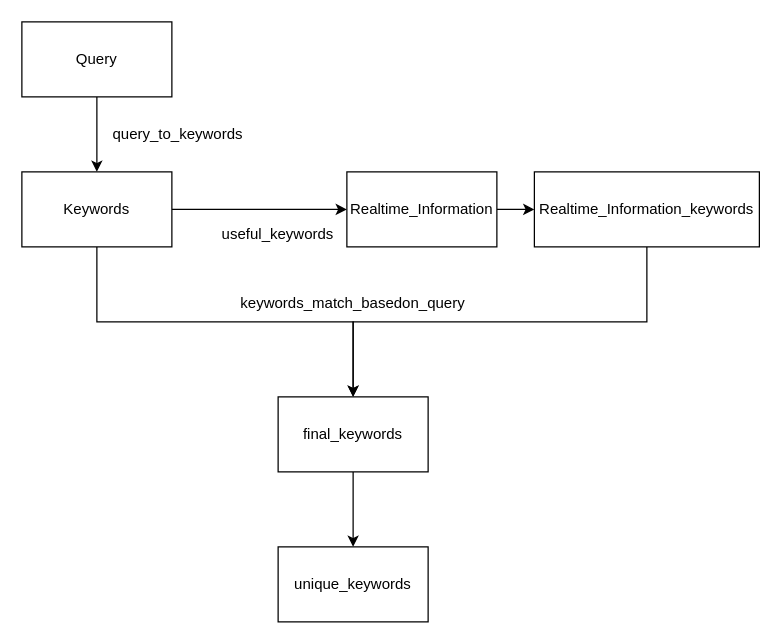
The draw.io diagram AI_Search.drawio in Formyselfonly/drawioFlowchart, before the edit. Source tidied: cells renumbered, new cells numbered last; positions are measured from the earlier drawing's top-left corner, leaving out a move shared by most shapes. Both pictures are drawn from the tidied source at 125%, with x=0, y=0 at pixel (21, 21).
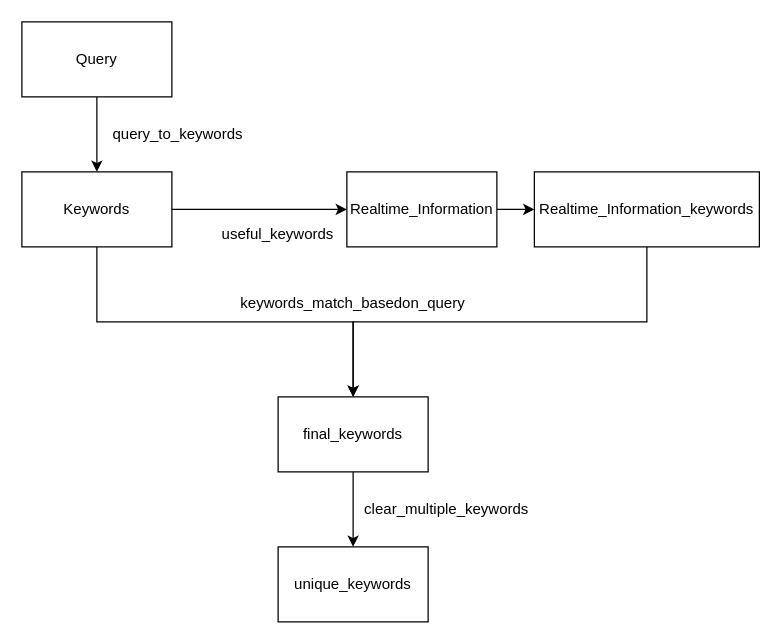
The same diagram, later.

Diff of the diagram source:
```diff
@@
+    <mxCell id="17" value="clear_multiple_keywords" style="text;html=1;align=center;verticalAlign=middle;whiteSpace=wrap;rounded=0;" parent="1" vertex="1">
+      <mxGeometry x="260" y="370" width="160" height="40" as="geometry" />
+    </mxCell>
```
